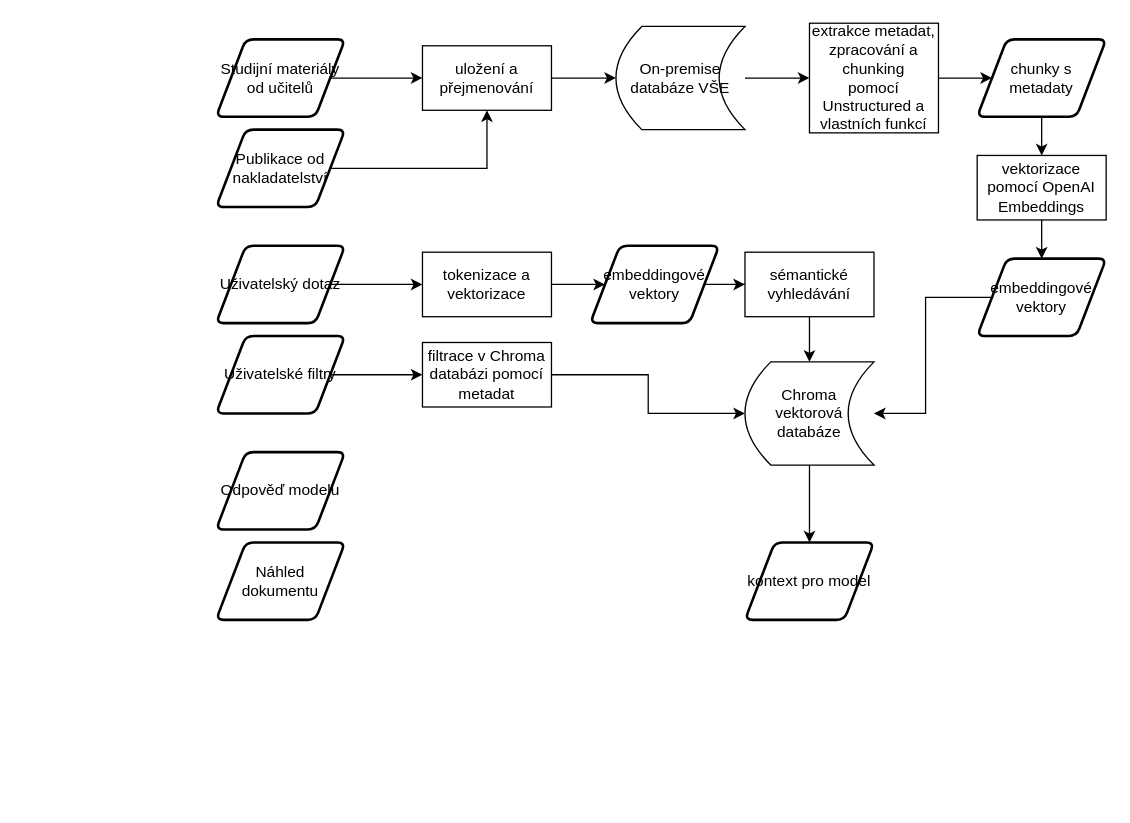
The draw.io diagram data_lineage.drawio in Aenast28/Datov-Projekt---StudyBuddy, before the edit. Source tidied: cells renumbered, new cells numbered last; positions are measured from the earlier drawing's top-left corner, leaving out a move shared by most shapes. Both pictures are drawn from the tidied source at 129%, with x=0, y=0 at pixel (215, 23).
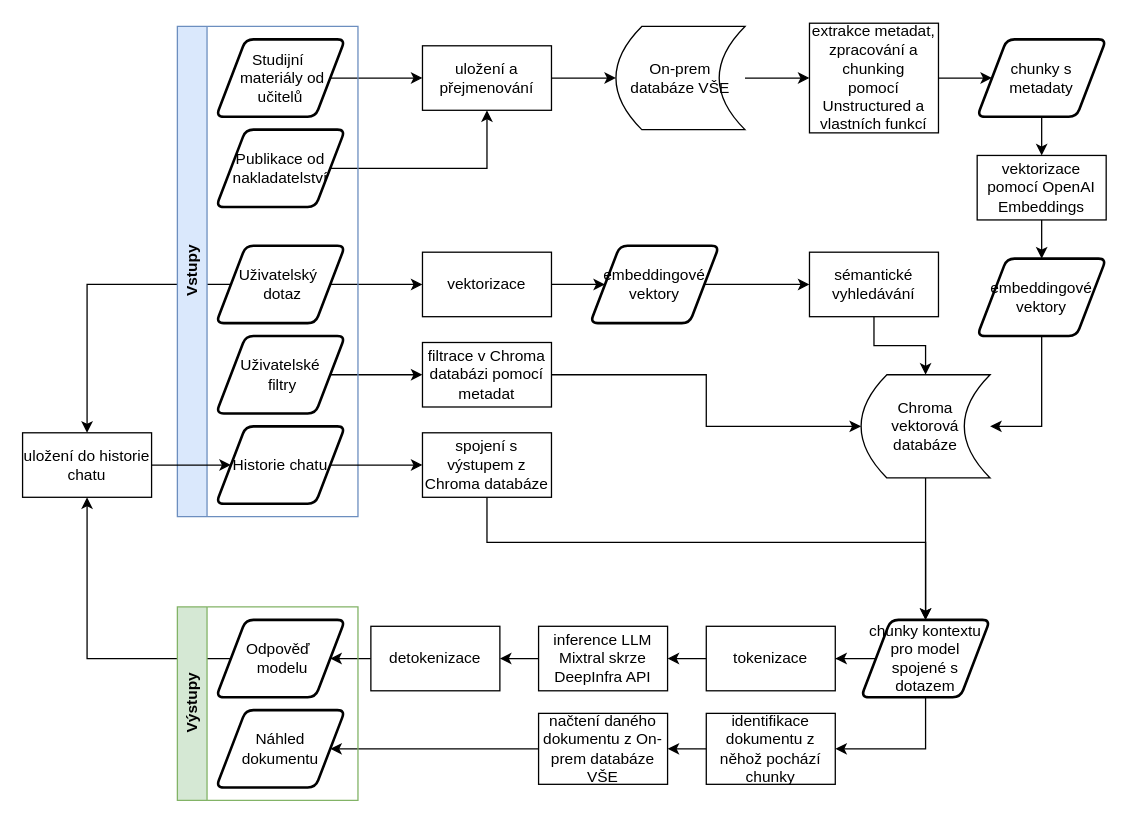
The same diagram, later.

Change to the diagram source:
```diff
@@
-    <mxCell id="3" value="Studijní materiály od učitelů" style="shape=parallelogram;html=1;strokeWidth=2;perimeter=parallelogramPerimeter;whiteSpace=wrap;rounded=1;arcSize=12;size=0.23;" parent="1" vertex="1">
+    <mxCell id="3" value="Studijní&amp;nbsp; &amp;nbsp;materiály od učitelů" style="shape=parallelogram;html=1;strokeWidth=2;perimeter=parallelogramPerimeter;whiteSpace=wrap;rounded=1;arcSize=12;size=0.23;" parent="1" vertex="1">
       <mxGeometry y="12" width="100" height="60" as="geometry" />
     </mxCell>
@@
-    <mxCell id="7" value="On-premise databáze VŠE" style="shape=dataStorage;whiteSpace=wrap;html=1;fixedSize=1;" parent="1" vertex="1">
+    <mxCell id="7" value="On-prem databáze VŠE" style="shape=dataStorage;whiteSpace=wrap;html=1;fixedSize=1;" parent="1" vertex="1">
       <mxGeometry x="310" y="2" width="100" height="80" as="geometry" />
     </mxCell>
@@
     <mxCell id="13" value="Chroma vektorová databáze" style="shape=dataStorage;whiteSpace=wrap;html=1;fixedSize=1;" parent="1" vertex="1">
-      <mxGeometry x="410" y="262" width="100" height="80" as="geometry" />
+      <mxGeometry x="500" y="272" width="100" height="80" as="geometry" />
     </mxCell>
@@
+    <mxCell id="35" style="edgeStyle=orthogonalEdgeStyle;rounded=0;jettySize=auto;html=1;" parent="1" edge="1" source="17" target="56">
+      <mxGeometry relative="1" as="geometry" />
+    </mxCell>
-    <mxCell id="17" value="Uživatelský dotaz" style="shape=parallelogram;html=1;strokeWidth=2;perimeter=parallelogramPerimeter;whiteSpace=wrap;rounded=1;arcSize=12;size=0.23;" parent="1" vertex="1">
+    <mxCell id="17" value="Uživatelský&amp;nbsp; &amp;nbsp;dotaz" style="shape=parallelogram;html=1;strokeWidth=2;perimeter=parallelogramPerimeter;whiteSpace=wrap;rounded=1;arcSize=12;size=0.23;" parent="1" vertex="1">
       <mxGeometry y="172" width="100" height="60" as="geometry" />
     </mxCell>
@@
-    <mxCell id="19" value="Uživatelské filtry" style="shape=parallelogram;html=1;strokeWidth=2;perimeter=parallelogramPerimeter;whiteSpace=wrap;rounded=1;arcSize=12;size=0.23;" parent="1" vertex="1">
+    <mxCell id="19" value="&amp;nbsp; &amp;nbsp;Uživatelské&amp;nbsp; &amp;nbsp; &amp;nbsp;filtry" style="shape=parallelogram;html=1;strokeWidth=2;perimeter=parallelogramPerimeter;whiteSpace=wrap;rounded=1;arcSize=12;size=0.23;" parent="1" vertex="1">
       <mxGeometry y="242" width="100" height="60" as="geometry" />
     </mxCell>
@@
-    <mxCell id="21" value="tokenizace a vektorizace" style="html=1;dashed=0;whiteSpace=wrap;" parent="1" vertex="1">
+    <mxCell id="21" value="vektorizace" style="html=1;dashed=0;whiteSpace=wrap;" parent="1" vertex="1">
       <mxGeometry x="160" y="177" width="100" height="50" as="geometry" />
     </mxCell>
@@
     <mxCell id="25" value="sémantické vyhledávání" style="html=1;dashed=0;whiteSpace=wrap;" parent="1" vertex="1">
-      <mxGeometry x="410" y="177" width="100" height="50" as="geometry" />
+      <mxGeometry x="460" y="177" width="100" height="50" as="geometry" />
     </mxCell>
+    <mxCell id="36" style="edgeStyle=orthogonalEdgeStyle;rounded=0;jettySize=auto;html=1;entryX=0.5;entryY=1;entryDx=0;entryDy=0;" parent="1" edge="1" source="26" target="56">
+      <mxGeometry relative="1" as="geometry" />
+    </mxCell>
-    <mxCell id="26" value="Odpověď modelu" style="shape=parallelogram;html=1;strokeWidth=2;perimeter=parallelogramPerimeter;whiteSpace=wrap;rounded=1;arcSize=12;size=0.23;" parent="1" vertex="1">
-      <mxGeometry y="332" width="100" height="60" as="geometry" />
+    <mxCell id="26" value="Odpověď&amp;nbsp; &amp;nbsp;modelu" style="shape=parallelogram;html=1;strokeWidth=2;perimeter=parallelogramPerimeter;whiteSpace=wrap;rounded=1;arcSize=12;size=0.23;" parent="1" vertex="1">
+      <mxGeometry y="462" width="100" height="60" as="geometry" />
     </mxCell>
     <mxCell id="27" value="Náhled dokumentu" style="shape=parallelogram;html=1;strokeWidth=2;perimeter=parallelogramPerimeter;whiteSpace=wrap;rounded=1;arcSize=12;size=0.23;" parent="1" vertex="1">
-      <mxGeometry y="402" width="100" height="60" as="geometry" />
+      <mxGeometry y="532" width="100" height="60" as="geometry" />
     </mxCell>
+    <mxCell id="37" style="edgeStyle=orthogonalEdgeStyle;rounded=0;jettySize=auto;html=1;" parent="1" edge="1" source="28" target="42">
+      <mxGeometry relative="1" as="geometry" />
+    </mxCell>
+    <mxCell id="38" style="edgeStyle=orthogonalEdgeStyle;rounded=0;jettySize=auto;html=1;entryX=1;entryY=0.5;entryDx=0;entryDy=0;" parent="1" edge="1" source="28" target="46">
+      <mxGeometry relative="1" as="geometry">
+        <Array as="points">
+          <mxPoint x="550" y="562" />
+        </Array>
+      </mxGeometry>
+    </mxCell>
-    <mxCell id="28" value="kontext pro model" style="shape=parallelogram;html=1;strokeWidth=2;perimeter=parallelogramPerimeter;whiteSpace=wrap;rounded=1;arcSize=12;size=0.23;" parent="1" vertex="1">
-      <mxGeometry x="410" y="402" width="100" height="60" as="geometry" />
+    <mxCell id="28" value="chunky kontextu pro model spojené s dotazem" style="shape=parallelogram;html=1;strokeWidth=2;perimeter=parallelogramPerimeter;whiteSpace=wrap;rounded=1;arcSize=12;size=0.23;" parent="1" vertex="1">
+      <mxGeometry x="500" y="462" width="100" height="60" as="geometry" />
     </mxCell>
@@
+    <mxCell id="39" style="edgeStyle=orthogonalEdgeStyle;rounded=0;jettySize=auto;html=1;entryX=1;entryY=0.5;entryDx=0;entryDy=0;" parent="1" edge="1" source="40" target="44">
+      <mxGeometry relative="1" as="geometry" />
+    </mxCell>
+    <mxCell id="40" value="inference LLM Mixtral skrze DeepInfra API" style="html=1;dashed=0;whiteSpace=wrap;" parent="1" vertex="1">
+      <mxGeometry x="250" y="467" width="100" height="50" as="geometry" />
+    </mxCell>
+    <mxCell id="41" style="edgeStyle=orthogonalEdgeStyle;rounded=0;jettySize=auto;html=1;" parent="1" edge="1" source="42" target="40">
+      <mxGeometry relative="1" as="geometry" />
+    </mxCell>
+    <mxCell id="42" value="tokenizace" style="html=1;dashed=0;whiteSpace=wrap;" parent="1" vertex="1">
+      <mxGeometry x="380" y="467" width="100" height="50" as="geometry" />
+    </mxCell>
+    <mxCell id="43" style="edgeStyle=orthogonalEdgeStyle;rounded=0;jettySize=auto;html=1;entryX=1;entryY=0.5;entryDx=0;entryDy=0;" parent="1" edge="1" source="44" target="26">
+      <mxGeometry relative="1" as="geometry" />
+    </mxCell>
+    <mxCell id="44" value="detokenizace" style="html=1;dashed=0;whiteSpace=wrap;" parent="1" vertex="1">
+      <mxGeometry x="120" y="467" width="100" height="50" as="geometry" />
+    </mxCell>
+    <mxCell id="45" style="edgeStyle=orthogonalEdgeStyle;rounded=0;jettySize=auto;html=1;" parent="1" edge="1" source="46" target="48">
+      <mxGeometry relative="1" as="geometry" />
+    </mxCell>
+    <mxCell id="46" value="identifikace dokumentu z něhož pochází chunky" style="html=1;dashed=0;whiteSpace=wrap;" parent="1" vertex="1">
+      <mxGeometry x="380" y="534.5" width="100" height="55" as="geometry" />
+    </mxCell>
+    <mxCell id="47" style="edgeStyle=orthogonalEdgeStyle;rounded=0;jettySize=auto;html=1;entryX=1;entryY=0.5;entryDx=0;entryDy=0;" parent="1" edge="1" source="48" target="27">
+      <mxGeometry relative="1" as="geometry" />
+    </mxCell>
+    <mxCell id="48" value="načtení daného dokumentu z On-prem databáze VŠE" style="html=1;dashed=0;whiteSpace=wrap;" parent="1" vertex="1">
+      <mxGeometry x="250" y="534.5" width="100" height="55" as="geometry" />
+    </mxCell>
+    <mxCell id="49" value="Vstupy" style="swimlane;horizontal=0;whiteSpace=wrap;html=1;fillColor=#dae8fc;strokeColor=#6c8ebf;" parent="1" vertex="1">
+      <mxGeometry x="-30" y="2" width="140" height="380" as="geometry" />
+    </mxCell>
+    <mxCell id="50" value="Historie chatu" style="shape=parallelogram;html=1;strokeWidth=2;perimeter=parallelogramPerimeter;whiteSpace=wrap;rounded=1;arcSize=12;size=0.23;" parent="49" vertex="1">
+      <mxGeometry x="30" y="310" width="100" height="60" as="geometry" />
+    </mxCell>
+    <mxCell id="51" value="Výstupy" style="swimlane;horizontal=0;whiteSpace=wrap;html=1;fillColor=#d5e8d4;strokeColor=#82b366;" parent="1" vertex="1">
+      <mxGeometry x="-30" y="452" width="140" height="150" as="geometry" />
+    </mxCell>
+    <mxCell id="52" style="edgeStyle=orthogonalEdgeStyle;rounded=0;jettySize=auto;html=1;entryX=0;entryY=0.5;entryDx=0;entryDy=0;" parent="1" edge="1" source="50" target="54">
+      <mxGeometry relative="1" as="geometry" />
+    </mxCell>
+    <mxCell id="53" style="edgeStyle=orthogonalEdgeStyle;rounded=0;jettySize=auto;html=1;entryX=0.5;entryY=0;entryDx=0;entryDy=0;" parent="1" edge="1" source="54" target="28">
+      <mxGeometry relative="1" as="geometry">
+        <Array as="points">
+          <mxPoint x="210" y="402" />
+          <mxPoint x="550" y="402" />
+        </Array>
+      </mxGeometry>
+    </mxCell>
+    <mxCell id="54" value="spojení s výstupem z Chroma databáze" style="html=1;dashed=0;whiteSpace=wrap;" parent="1" vertex="1">
+      <mxGeometry x="160" y="317" width="100" height="50" as="geometry" />
+    </mxCell>
+    <mxCell id="55" style="edgeStyle=orthogonalEdgeStyle;rounded=0;jettySize=auto;html=1;" parent="1" edge="1" source="56" target="50">
+      <mxGeometry relative="1" as="geometry" />
+    </mxCell>
+    <mxCell id="56" value="uložení do historie chatu" style="html=1;dashed=0;whiteSpace=wrap;" parent="1" vertex="1">
+      <mxGeometry x="-150" y="317" width="100" height="50" as="geometry" />
+    </mxCell>
```
